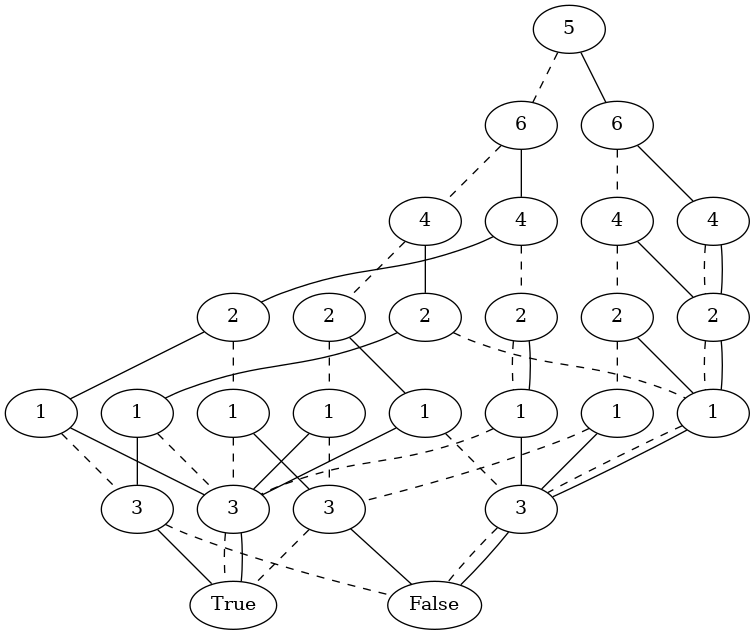
This is graph_image/compressed_tree_3.gv.png from khiem2105/ROBDD, a Graphviz export, as it was before one commit. Its source is kept beside it as graph_image/compressed_tree_3.gv. Its diagram source:
```dot
graph compressed_tree_3 {
	140569656832640 [label=5]
	140569656822080 [label=6]
	140569656832640 -- 140569656822080 [style=dashed]
	140569656822272 [label=4]
	140569656822080 -- 140569656822272 [style=dashed]
	140569656822464 [label=2]
	140569656822272 -- 140569656822464 [style=dashed]
	140569656822656 [label=1]
	140569656822464 -- 140569656822656 [style=dashed]
	140569657128560 [label=3]
	140569656822656 -- 140569657128560 [style=dashed]
	140569657128032 [label=True]
	140569657128560 -- 140569657128032 [style=dashed]
	140569657128800 [label=False]
	140569657128560 -- 140569657128800
	140569656822896 [label=3]
	140569656822656 -- 140569656822896
	140569656822896 -- 140569657128032 [style=dashed]
	140569656822896 -- 140569657128032
	140569656823376 [label=1]
	140569656822464 -- 140569656823376
	140569657130096 [label=3]
	140569656823376 -- 140569657130096 [style=dashed]
	140569657130096 -- 140569657128800 [style=dashed]
	140569657130096 -- 140569657128800
	140569656823376 -- 140569656822896
	140569656823712 [label=2]
	140569656822272 -- 140569656823712
	140569656800208 [label=1]
	140569656823712 -- 140569656800208 [style=dashed]
	140569656800208 -- 140569657130096 [style=dashed]
	140569656800208 -- 140569657130096
	140569656801024 [label=1]
	140569656823712 -- 140569656801024
	140569656801024 -- 140569656822896 [style=dashed]
	140569657128608 [label=3]
	140569656801024 -- 140569657128608
	140569657128608 -- 140569657128800 [style=dashed]
	140569657128608 -- 140569657128032
	140569656800112 [label=4]
	140569656822080 -- 140569656800112
	140569656802368 [label=2]
	140569656800112 -- 140569656802368 [style=dashed]
	140569656802560 [label=1]
	140569656802368 -- 140569656802560 [style=dashed]
	140569656802560 -- 140569656822896 [style=dashed]
	140569656802560 -- 140569657130096
	140569656802368 -- 140569656802560
	140569656803824 [label=2]
	140569656800112 -- 140569656803824
	140569656804928 [label=1]
	140569656803824 -- 140569656804928 [style=dashed]
	140569656804928 -- 140569656822896 [style=dashed]
	140569656804928 -- 140569657128560
	140569656804832 [label=1]
	140569656803824 -- 140569656804832
	140569656804832 -- 140569657128608 [style=dashed]
	140569656804832 -- 140569656822896
	140569656802032 [label=6]
	140569656832640 -- 140569656802032
	140569656807088 [label=4]
	140569656802032 -- 140569656807088 [style=dashed]
	140569656807232 [label=2]
	140569656807088 -- 140569656807232 [style=dashed]
	140569656806656 [label=1]
	140569656807232 -- 140569656806656 [style=dashed]
	140569656806656 -- 140569657128560 [style=dashed]
	140569656806656 -- 140569657130096
	140569656807232 -- 140569656800208
	140569656832928 [label=2]
	140569656807088 -- 140569656832928
	140569656832928 -- 140569656800208 [style=dashed]
	140569656832928 -- 140569656800208
	140569656833888 [label=4]
	140569656802032 -- 140569656833888
	140569656833888 -- 140569656832928 [style=dashed]
	140569656833888 -- 140569656832928
}
```
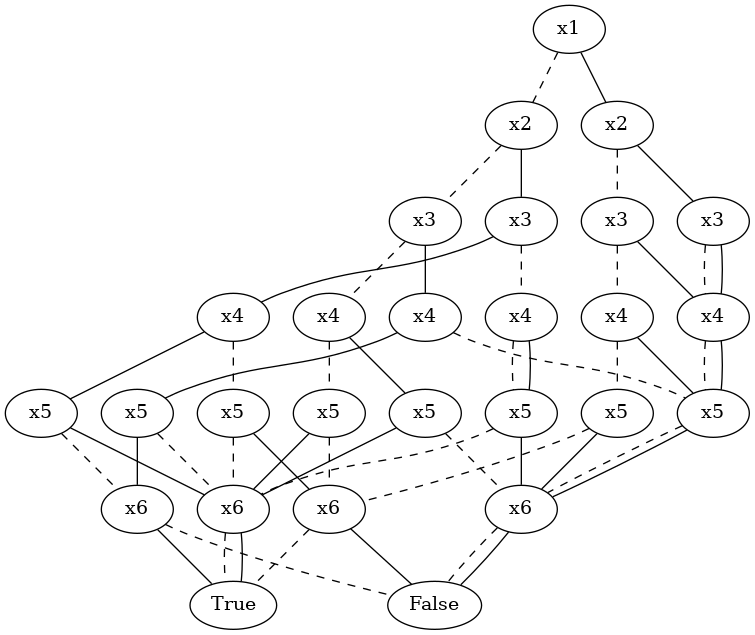
Later version of the same file.

Change to the diagram source:
```diff
@@ -1,79 +1,79 @@
 graph compressed_tree_3 {
-	140569656832640 [label=5]
-	140569656822080 [label=6]
-	140569656832640 -- 140569656822080 [style=dashed]
-	140569656822272 [label=4]
-	140569656822080 -- 140569656822272 [style=dashed]
-	140569656822464 [label=2]
-	140569656822272 -- 140569656822464 [style=dashed]
-	140569656822656 [label=1]
-	140569656822464 -- 140569656822656 [style=dashed]
-	140569657128560 [label=3]
-	140569656822656 -- 140569657128560 [style=dashed]
-	140569657128032 [label=True]
-	140569657128560 -- 140569657128032 [style=dashed]
-	140569657128800 [label=False]
-	140569657128560 -- 140569657128800
-	140569656822896 [label=3]
-	140569656822656 -- 140569656822896
-	140569656822896 -- 140569657128032 [style=dashed]
-	140569656822896 -- 140569657128032
-	140569656823376 [label=1]
-	140569656822464 -- 140569656823376
-	140569657130096 [label=3]
-	140569656823376 -- 140569657130096 [style=dashed]
-	140569657130096 -- 140569657128800 [style=dashed]
-	140569657130096 -- 140569657128800
-	140569656823376 -- 140569656822896
-	140569656823712 [label=2]
-	140569656822272 -- 140569656823712
-	140569656800208 [label=1]
-	140569656823712 -- 140569656800208 [style=dashed]
-	140569656800208 -- 140569657130096 [style=dashed]
-	140569656800208 -- 140569657130096
-	140569656801024 [label=1]
-	140569656823712 -- 140569656801024
-	140569656801024 -- 140569656822896 [style=dashed]
-	140569657128608 [label=3]
-	140569656801024 -- 140569657128608
-	140569657128608 -- 140569657128800 [style=dashed]
-	140569657128608 -- 140569657128032
-	140569656800112 [label=4]
-	140569656822080 -- 140569656800112
-	140569656802368 [label=2]
-	140569656800112 -- 140569656802368 [style=dashed]
-	140569656802560 [label=1]
-	140569656802368 -- 140569656802560 [style=dashed]
-	140569656802560 -- 140569656822896 [style=dashed]
-	140569656802560 -- 140569657130096
-	140569656802368 -- 140569656802560
-	140569656803824 [label=2]
-	140569656800112 -- 140569656803824
-	140569656804928 [label=1]
-	140569656803824 -- 140569656804928 [style=dashed]
-	140569656804928 -- 140569656822896 [style=dashed]
-	140569656804928 -- 140569657128560
-	140569656804832 [label=1]
-	140569656803824 -- 140569656804832
-	140569656804832 -- 140569657128608 [style=dashed]
-	140569656804832 -- 140569656822896
-	140569656802032 [label=6]
-	140569656832640 -- 140569656802032
-	140569656807088 [label=4]
-	140569656802032 -- 140569656807088 [style=dashed]
-	140569656807232 [label=2]
-	140569656807088 -- 140569656807232 [style=dashed]
-	140569656806656 [label=1]
-	140569656807232 -- 140569656806656 [style=dashed]
-	140569656806656 -- 140569657128560 [style=dashed]
-	140569656806656 -- 140569657130096
-	140569656807232 -- 140569656800208
-	140569656832928 [label=2]
-	140569656807088 -- 140569656832928
-	140569656832928 -- 140569656800208 [style=dashed]
-	140569656832928 -- 140569656800208
-	140569656833888 [label=4]
-	140569656802032 -- 140569656833888
-	140569656833888 -- 140569656832928 [style=dashed]
-	140569656833888 -- 140569656832928
+	140331376565408 [label=x1]
+	140331402150480 [label=x2]
+	140331376565408 -- 140331402150480 [style=dashed]
+	140331402150672 [label=x3]
+	140331402150480 -- 140331402150672 [style=dashed]
+	140331402150912 [label=x4]
+	140331402150672 -- 140331402150912 [style=dashed]
+	140331402151056 [label=x5]
+	140331402150912 -- 140331402151056 [style=dashed]
+	140331402151248 [label=x6]
+	140331402151056 -- 140331402151248 [style=dashed]
+	140331402151440 [label=True]
+	140331402151248 -- 140331402151440 [style=dashed]
+	140331402151632 [label=False]
+	140331402151248 -- 140331402151632
+	140331402151296 [label=x6]
+	140331402151056 -- 140331402151296
+	140331402151296 -- 140331402151440 [style=dashed]
+	140331402151296 -- 140331402151440
+	140331402151728 [label=x5]
+	140331402150912 -- 140331402151728
+	140331402152208 [label=x6]
+	140331402151728 -- 140331402152208 [style=dashed]
+	140331402152208 -- 140331402151632 [style=dashed]
+	140331402152208 -- 140331402151632
+	140331402151728 -- 140331402151296
+	140331402152112 [label=x4]
+	140331402150672 -- 140331402152112
+	140331402153264 [label=x5]
+	140331402152112 -- 140331402153264 [style=dashed]
+	140331402153264 -- 140331402152208 [style=dashed]
+	140331402153264 -- 140331402152208
+	140331402153936 [label=x5]
+	140331402152112 -- 140331402153936
+	140331402153936 -- 140331402151296 [style=dashed]
+	140331402118192 [label=x6]
+	140331402153936 -- 140331402118192
+	140331402118192 -- 140331402151632 [style=dashed]
+	140331402118192 -- 140331402151440
+	140331402153120 [label=x3]
+	140331402150480 -- 140331402153120
+	140331402118624 [label=x4]
+	140331402153120 -- 140331402118624 [style=dashed]
+	140331402118816 [label=x5]
+	140331402118624 -- 140331402118816 [style=dashed]
+	140331402118816 -- 140331402151296 [style=dashed]
+	140331402118816 -- 140331402152208
+	140331402118624 -- 140331402118816
+	140331402119920 [label=x4]
+	140331402153120 -- 140331402119920
+	140331402121024 [label=x5]
+	140331402119920 -- 140331402121024 [style=dashed]
+	140331402121024 -- 140331402151296 [style=dashed]
+	140331402121024 -- 140331402151248
+	140331402158480 [label=x5]
+	140331402119920 -- 140331402158480
+	140331402158480 -- 140331402118192 [style=dashed]
+	140331402158480 -- 140331402151296
+	140331402118288 [label=x2]
+	140331376565408 -- 140331402118288
+	140331402159824 [label=x3]
+	140331402118288 -- 140331402159824 [style=dashed]
+	140331402160016 [label=x4]
+	140331402159824 -- 140331402160016 [style=dashed]
+	140331402160208 [label=x5]
+	140331402160016 -- 140331402160208 [style=dashed]
+	140331402160208 -- 140331402151248 [style=dashed]
+	140331402160208 -- 140331402152208
+	140331402160016 -- 140331402153264
+	140331402161312 [label=x4]
+	140331402159824 -- 140331402161312
+	140331402161312 -- 140331402153264 [style=dashed]
+	140331402161312 -- 140331402153264
+	140331402191008 [label=x3]
+	140331402118288 -- 140331402191008
+	140331402191008 -- 140331402161312 [style=dashed]
+	140331402191008 -- 140331402161312
 }
```
